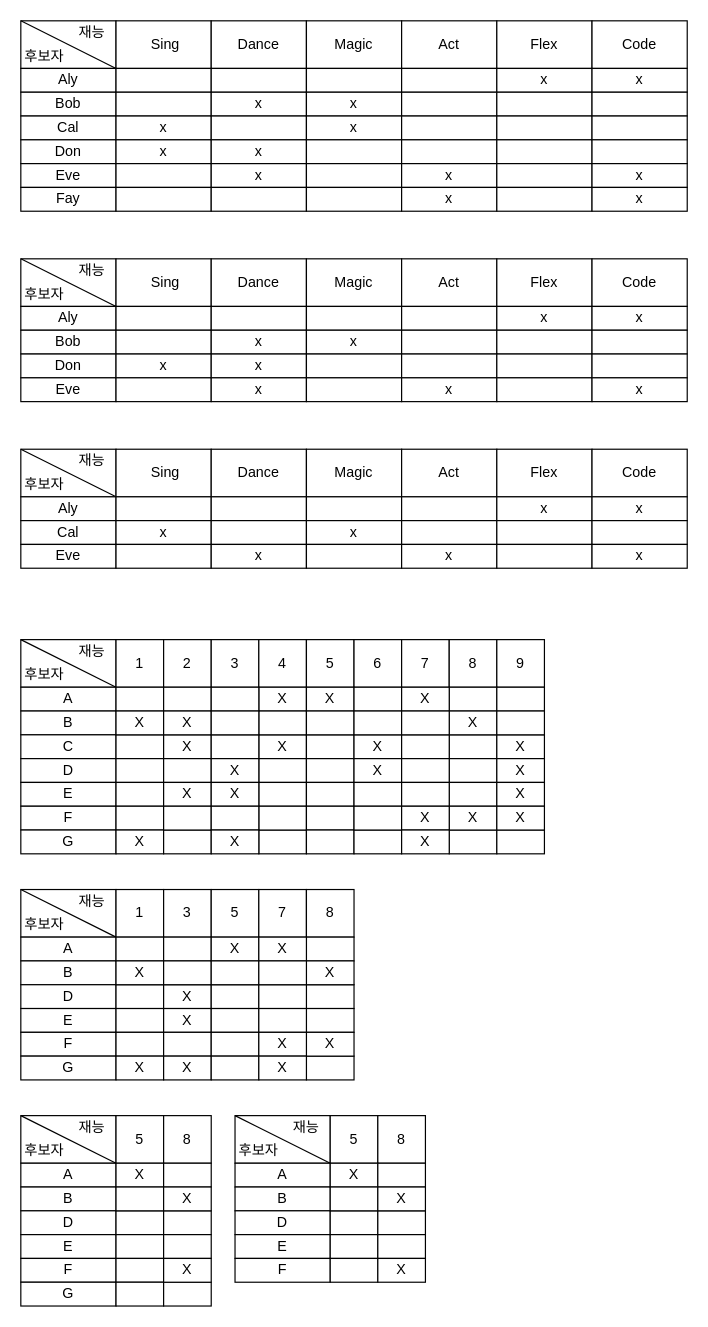
Above: 20171483_한태규_Puzzlie9/문제_해석.drawio in TaegyuHan/Puzzlie_algorithm_with_python (draw.io), before the change. Source tidied: cells renumbered, new cells numbered last; positions are measured from the earlier drawing's top-left corner, leaving out a move shared by most shapes. Both pictures are drawn from the tidied source at 119%, with x=0, y=0 at pixel (20, 20).
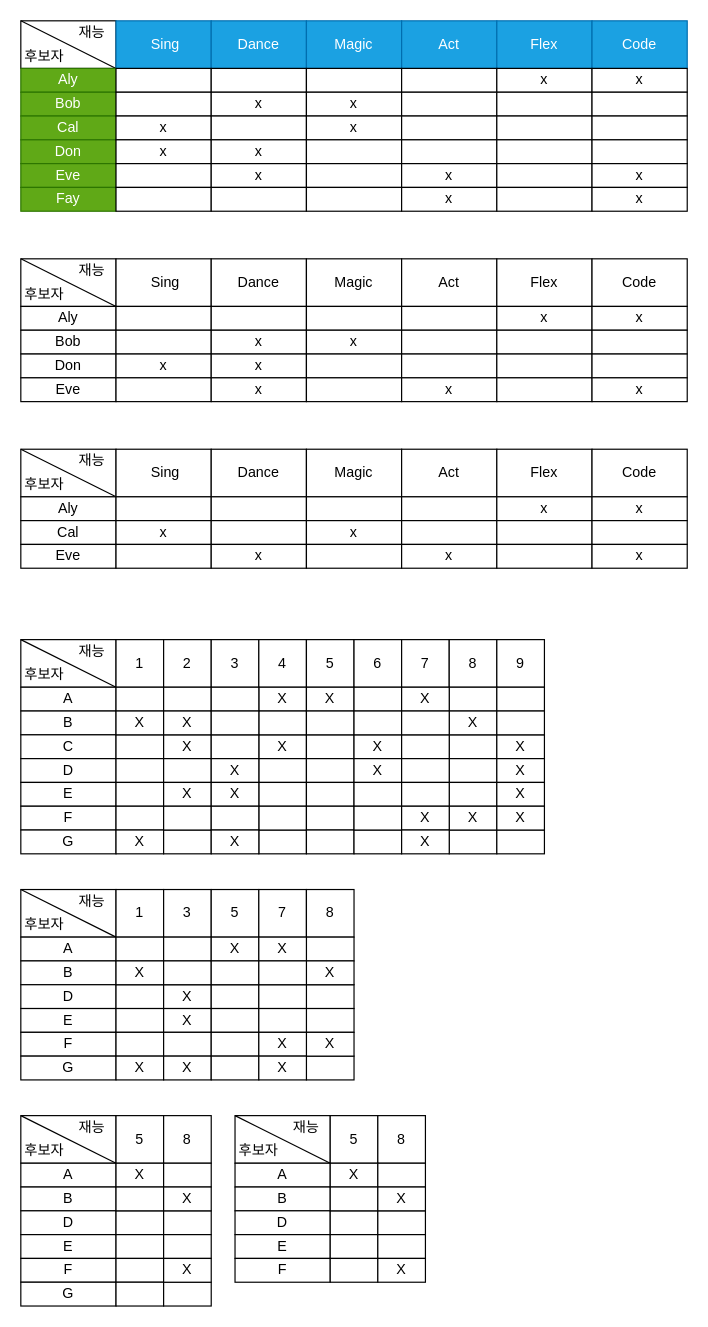
The same diagram, later.

Change to the diagram source:
```diff
@@
-    <mxCell id="6" value="&amp;nbsp;Sing" style="rounded=0;whiteSpace=wrap;html=1;" parent="1" vertex="1">
+    <mxCell id="6" value="&amp;nbsp;Sing" style="rounded=0;whiteSpace=wrap;html=1;fillColor=#1ba1e2;strokeColor=#006EAF;fontColor=#ffffff;" parent="1" vertex="1">
       <mxGeometry x="80" width="80" height="40" as="geometry" />
     </mxCell>
-    <mxCell id="7" value="Dance" style="rounded=0;whiteSpace=wrap;html=1;" parent="1" vertex="1">
+    <mxCell id="7" value="Dance" style="rounded=0;whiteSpace=wrap;html=1;fillColor=#1ba1e2;strokeColor=#006EAF;fontColor=#ffffff;" parent="1" vertex="1">
       <mxGeometry x="160" width="80" height="40" as="geometry" />
     </mxCell>
-    <mxCell id="8" value="Magic" style="rounded=0;whiteSpace=wrap;html=1;" parent="1" vertex="1">
+    <mxCell id="8" value="Magic" style="rounded=0;whiteSpace=wrap;html=1;fillColor=#1ba1e2;strokeColor=#006EAF;fontColor=#ffffff;" parent="1" vertex="1">
       <mxGeometry x="240" width="80" height="40" as="geometry" />
     </mxCell>
-    <mxCell id="9" value="Act" style="rounded=0;whiteSpace=wrap;html=1;" parent="1" vertex="1">
+    <mxCell id="9" value="Act" style="rounded=0;whiteSpace=wrap;html=1;fillColor=#1ba1e2;strokeColor=#006EAF;fontColor=#ffffff;" parent="1" vertex="1">
       <mxGeometry x="320" width="80" height="40" as="geometry" />
     </mxCell>
-    <mxCell id="10" value="Flex" style="rounded=0;whiteSpace=wrap;html=1;" parent="1" vertex="1">
+    <mxCell id="10" value="Flex" style="rounded=0;whiteSpace=wrap;html=1;fillColor=#1ba1e2;strokeColor=#006EAF;fontColor=#ffffff;" parent="1" vertex="1">
       <mxGeometry x="400" width="80" height="40" as="geometry" />
     </mxCell>
-    <mxCell id="11" value="Code" style="rounded=0;whiteSpace=wrap;html=1;" parent="1" vertex="1">
+    <mxCell id="11" value="Code" style="rounded=0;whiteSpace=wrap;html=1;fillColor=#1ba1e2;strokeColor=#006EAF;fontColor=#ffffff;" parent="1" vertex="1">
       <mxGeometry x="480" width="80" height="40" as="geometry" />
     </mxCell>
-    <mxCell id="12" value="Aly" style="rounded=0;whiteSpace=wrap;html=1;" parent="1" vertex="1">
+    <mxCell id="12" value="Aly" style="rounded=0;whiteSpace=wrap;html=1;fillColor=#60a917;strokeColor=#2D7600;fontColor=#ffffff;" parent="1" vertex="1">
       <mxGeometry y="40" width="80" height="20" as="geometry" />
     </mxCell>
-    <mxCell id="13" value="Bob" style="rounded=0;whiteSpace=wrap;html=1;" parent="1" vertex="1">
+    <mxCell id="13" value="Bob" style="rounded=0;whiteSpace=wrap;html=1;fillColor=#60a917;strokeColor=#2D7600;fontColor=#ffffff;" parent="1" vertex="1">
       <mxGeometry y="60" width="80" height="20" as="geometry" />
     </mxCell>
-    <mxCell id="14" value="Cal" style="rounded=0;whiteSpace=wrap;html=1;" parent="1" vertex="1">
+    <mxCell id="14" value="Cal" style="rounded=0;whiteSpace=wrap;html=1;fillColor=#60a917;strokeColor=#2D7600;fontColor=#ffffff;" parent="1" vertex="1">
       <mxGeometry y="80" width="80" height="20" as="geometry" />
     </mxCell>
-    <mxCell id="15" value="Don" style="rounded=0;whiteSpace=wrap;html=1;" parent="1" vertex="1">
+    <mxCell id="15" value="Don" style="rounded=0;whiteSpace=wrap;html=1;fillColor=#60a917;strokeColor=#2D7600;fontColor=#ffffff;" parent="1" vertex="1">
       <mxGeometry y="100" width="80" height="20" as="geometry" />
     </mxCell>
-    <mxCell id="16" value="Eve" style="rounded=0;whiteSpace=wrap;html=1;" parent="1" vertex="1">
+    <mxCell id="16" value="Eve" style="rounded=0;whiteSpace=wrap;html=1;fillColor=#60a917;strokeColor=#2D7600;fontColor=#ffffff;" parent="1" vertex="1">
       <mxGeometry y="120" width="80" height="20" as="geometry" />
     </mxCell>
-    <mxCell id="17" value="Fay" style="rounded=0;whiteSpace=wrap;html=1;" parent="1" vertex="1">
+    <mxCell id="17" value="Fay" style="rounded=0;whiteSpace=wrap;html=1;fillColor=#60a917;strokeColor=#2D7600;fontColor=#ffffff;" parent="1" vertex="1">
       <mxGeometry y="140" width="80" height="20" as="geometry" />
     </mxCell>
```
